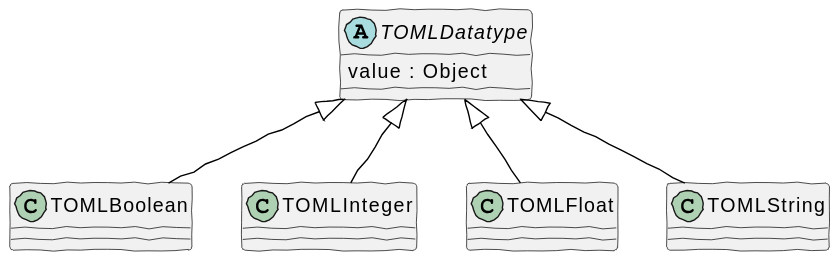
The PlantUML diagram www/datatype_hierarchy_a.svg in famished-tiger/Rley, before a commit.
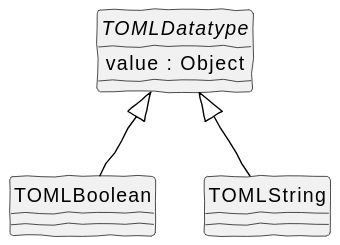
Above is the later version.

Change to the diagram source:
```diff
@@ -4,16 +4,14 @@
     BorderColor Black
     ArrowColor Black
   }
+  hide circle
+
   abstract class TOMLDatatype {
     value : Object
   }
   class TOMLBoolean
-  class TOMLInteger
-  class TOMLFloat
   class TOMLString
 
   TOMLDatatype <|-- TOMLBoolean
-  TOMLDatatype <|-- TOMLInteger
-  TOMLDatatype <|-- TOMLFloat
   TOMLDatatype <|-- TOMLString
 @enduml
```
